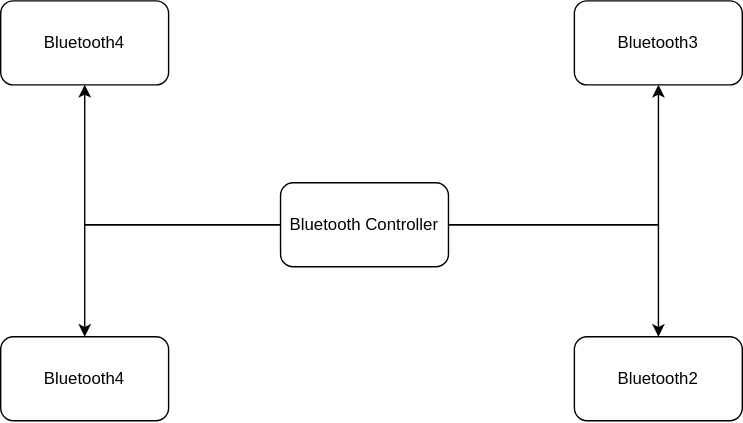
Above: Untitled Diagram.svg in abhiwer/SwarmSystem (draw.io), before the change. Source tidied: cells renumbered, new cells last; positions are measured from the earlier drawing's top-left corner, leaving out a move shared by most shapes.
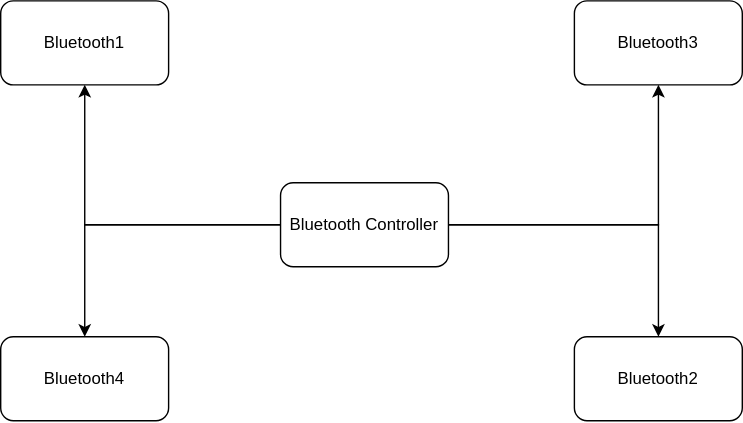
Above is the later version.

The edit, as a diff of the source:
```diff
@@ -26,7 +26,7 @@
     <mxCell id="9" value="Bluetooth3" style="rounded=1;whiteSpace=wrap;html=1;" parent="1" vertex="1">
       <mxGeometry x="410" width="120" height="60" as="geometry" />
     </mxCell>
-    <mxCell id="10" value="Bluetooth4" style="rounded=1;whiteSpace=wrap;html=1;" parent="1" vertex="1">
+    <mxCell id="10" value="Bluetooth1&lt;br&gt;" style="rounded=1;whiteSpace=wrap;html=1;" parent="1" vertex="1">
       <mxGeometry width="120" height="60" as="geometry" />
     </mxCell>
   </root>
```
